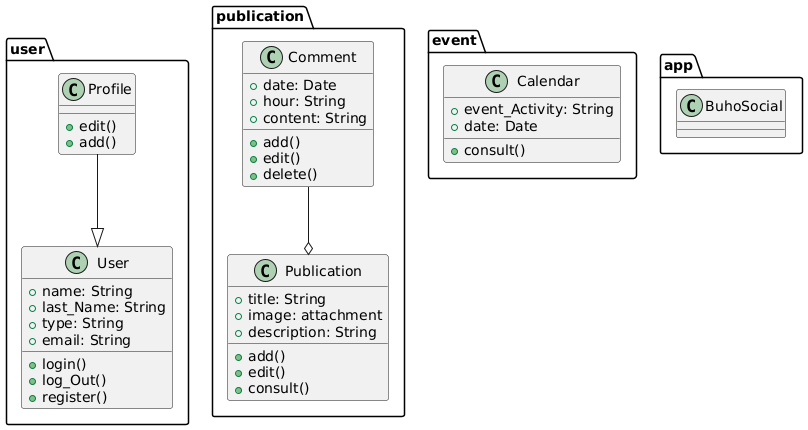
Above: docs/scenariosView/img/packageDiagramDescription.png in Dayannis-07/ING_SOFT (PlantUML), before the change.
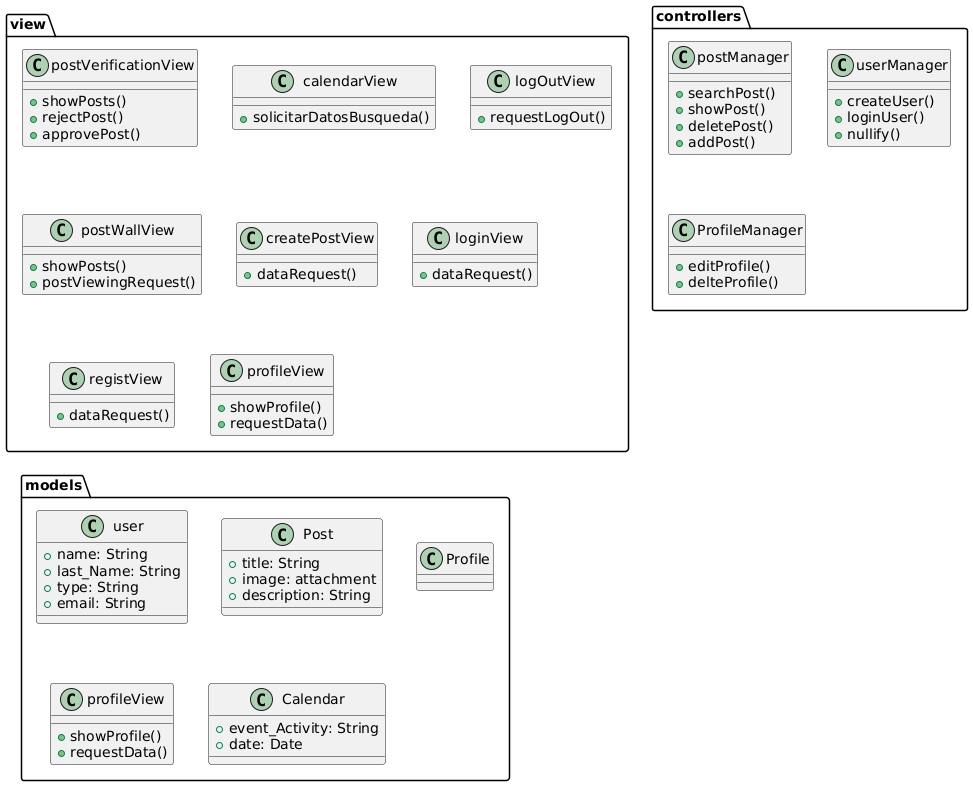
After the change.

Commit message:
update diagram reto 12

What changed in the source:
```diff
@@ -1,53 +1,76 @@
 @startuml
 allowmixing
 
-package user <<Folder>> {
-    class User{
+package view <<Folder>> {
+    class postVerificationView{
+        +showPosts()
+        +rejectPost()
+        +approvePost()
+    }
+    class calendarView{
+        +solicitarDatosBusqueda()
+    }
+
+    class logOutView{
+        +requestLogOut()
+    }
+    class postWallView{
+        +showPosts()
+        +postViewingRequest()
+    }
+    class createPostView{
+        +dataRequest()
+    }
+    class loginView{
+        +dataRequest()
+    }
+    class registView{
+        +dataRequest()
+    }
+    class profileView{
+        +showProfile()
+        +requestData()
+    }
+}
+
+package controllers <<Folder>> {
+    class postManager{
+        +searchPost()
+        +showPost()
+        +deletePost()
+        +addPost()
+    }
+    class userManager{
+        +createUser()
+        +loginUser()
+        +nullify()
+    }
+    class ProfileManager{
+        +editProfile()
+        +delteProfile()
+    }
+}
+
+package models <<Folder>> {
+    class user{
         +name: String
         +last_Name: String
         +type: String
         +email: String
-        +login()
-        +log_Out()
-        +register()
     }
-    class Profile{
-        +edit()
-        +add()
-    }
-}
-
-package publication <<Folder>> {
-    class Publication{
+    class Post{
         +title: String
         +image: attachment
         +description: String
-        +add()
-        +edit()
-        +consult()
     }
-    class Comment{
-        +date: Date
-        +hour: String
-        +content: String
-        +add()
-        +edit()
-        +delete()
+    class Profile{}
+    class profileView{
+        +showProfile()
+        +requestData()
     }
-}
-
-package event <<Folder>> {
     class Calendar{
         +event_Activity: String
         +date: Date
-        +consult()
     }
 }
-
-package app <<Folder>> {
-    class BuhoSocial{}
-}
-
-Profile --|> User
-Comment --o Publication
 @enduml
```
